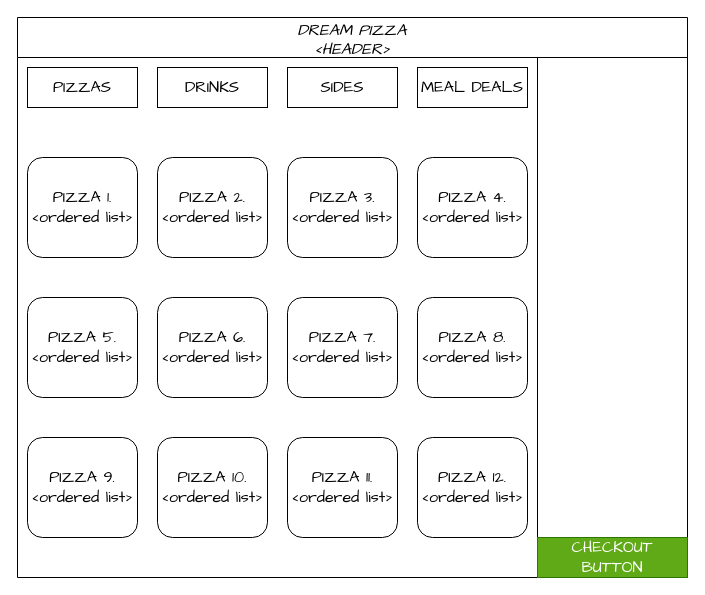
Earlier version of the draw.io diagram page "PIZZA SLIDE" (2 of 5) of Pizza_GUI.drawio (ASDAH-Digtal/pizza-program-Maori-boi). Source tidied: cells renumbered, new cells numbered last; positions are measured from the earlier drawing's top-left corner, leaving out a move shared by most shapes. Both pictures are drawn from the tidied source at 100%, with x=0, y=0 at pixel (17, 17).
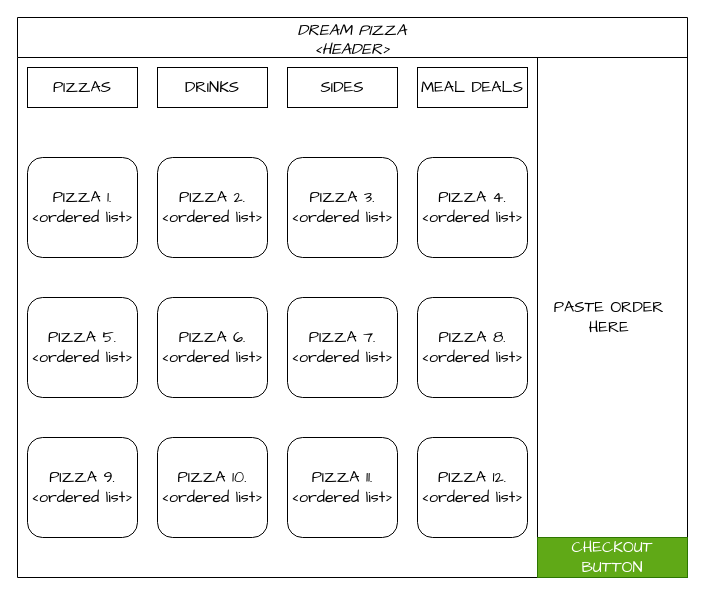
The same diagram, later.

Unchanged cells that the change refers to:
```xml
<mxCell id="2" value="DREAM PIZZA&#10;&lt;HEADER&gt;" style="swimlane;fontFamily=Comic Sans MS;fontSize=16;fontStyle=2;startSize=40;" parent="1" vertex="1">
  <mxGeometry width="670" height="560" as="geometry" />
</mxCell>
```

What changed in the source:
```diff
@@
-    <mxCell id="3" style="rounded=0;whiteSpace=wrap;html=1;fontFamily=Comic Sans MS;fontSize=16;" parent="2" vertex="1">
+    <mxCell id="3" value="PASTE ORDER&amp;nbsp; HERE&amp;nbsp;" style="rounded=0;whiteSpace=wrap;html=1;fontFamily=Comic Sans MS;fontSize=16;" parent="2" vertex="1">
       <mxGeometry x="520" y="40" width="150" height="520" as="geometry" />
     </mxCell>
```
